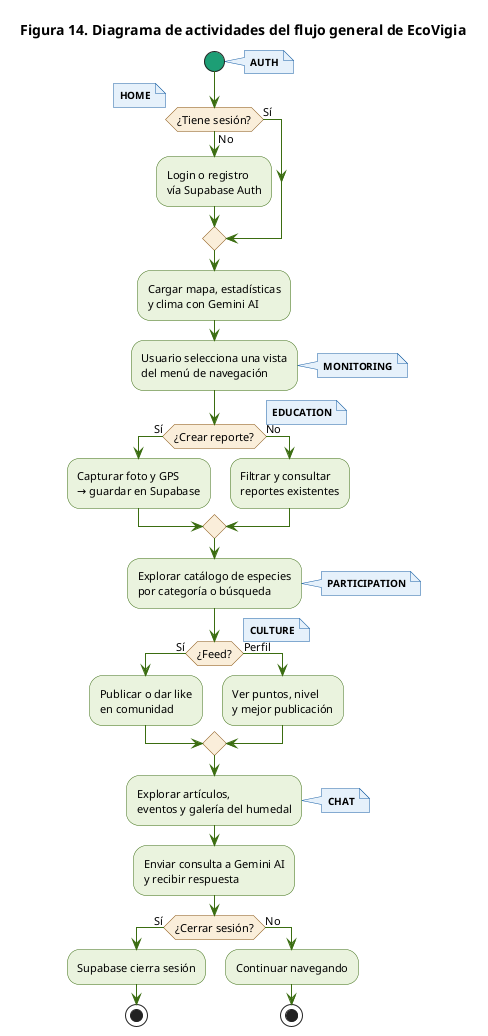
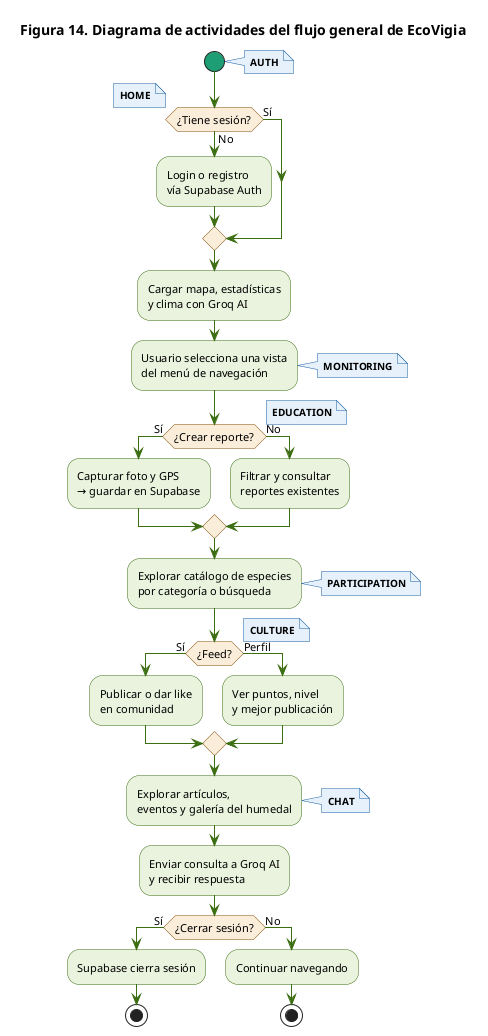
@startuml EcoVigia_Actividades_Compacto

skinparam activity {
  BackgroundColor #EAF3DE
  BorderColor #3B6D11
  StartColor #1D9E75
  EndColor #0F6E56
  FontSize 11
  FontName Arial
}
skinparam activityDiamond {
  BackgroundColor #FAEEDA
  BorderColor #854F0B
  FontSize 11
  FontName Arial
}
skinparam note {
  BackgroundColor #E6F1FB
  BorderColor #185FA5
  FontSize 10
}
skinparam ArrowColor #3B6D11
skinparam DefaultFontName Arial

title Figura 14. Diagrama de actividades del flujo general de EcoVigia

start

note right: **AUTH**
if (¿Tiene sesión?) then (No)
  :Login o registro\nvía Supabase Auth;
else (Sí)
endif

note right: **HOME**
- :Cargar mapa, estadísticas\ny clima con Gemini AI;
+ :Cargar mapa, estadísticas\ny clima con Groq AI;

:Usuario selecciona una vista\ndel menú de navegación;

note right: **MONITORING**
if (¿Crear reporte?) then (Sí)
  :Capturar foto y GPS\n→ guardar en Supabase;
else (No)
  :Filtrar y consultar\nreportes existentes;
endif

note right: **EDUCATION**
:Explorar catálogo de especies\npor categoría o búsqueda;

note right: **PARTICIPATION**
if (¿Feed?) then (Sí)
  :Publicar o dar like\nen comunidad;
else (Perfil)
  :Ver puntos, nivel\ny mejor publicación;
endif

note right: **CULTURE**
:Explorar artículos,\neventos y galería del humedal;

note right: **CHAT**
- :Enviar consulta a Gemini AI\ny recibir respuesta;
+ :Enviar consulta a Groq AI\ny recibir respuesta;

if (¿Cerrar sesión?) then (Sí)
  :Supabase cierra sesión;
  stop
else (No)
  :Continuar navegando;
  stop
endif

@enduml
